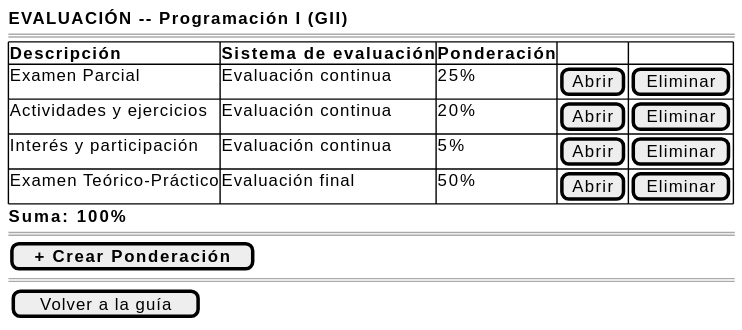
mmasias/pyCeldaPublico keeps this PlantUML diagram as images/RUP/01-requisitos/03-detalle-casos-uso/abrirPonderacionesEvaluacion/wireframe.svg. Above is the earlier version.
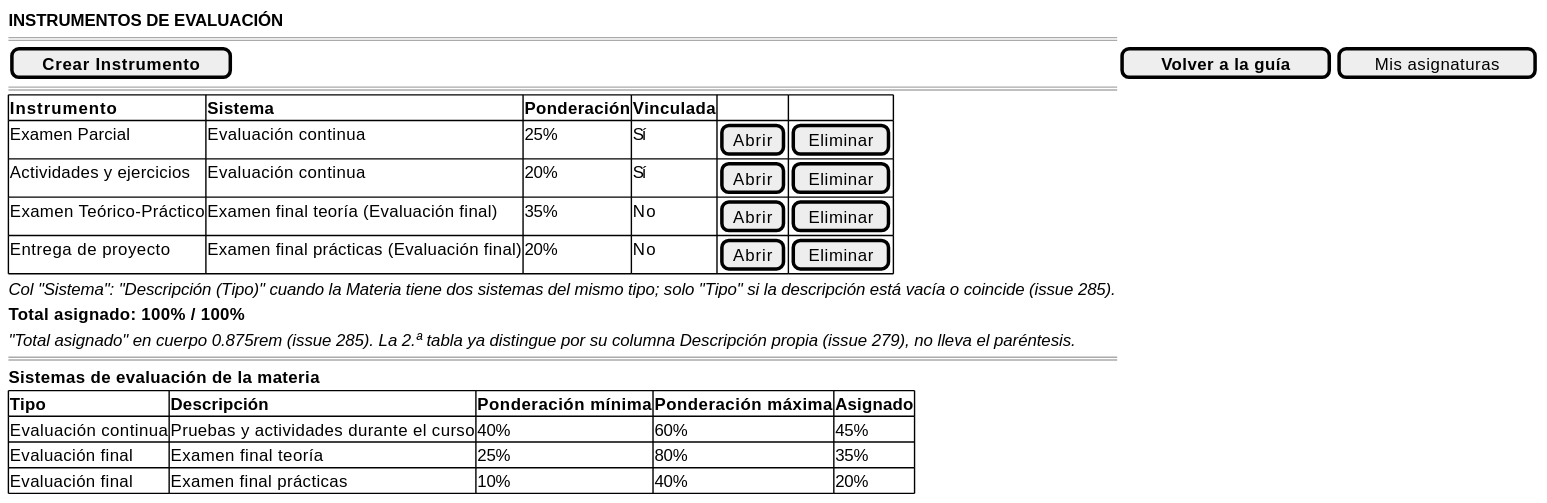
The same diagram one commit later.

Diff of the diagram source:
```diff
@@ -1,18 +1,26 @@
 @startsalt abrirPonderacionesEvaluacion-wireframe
 {
-    <b>EVALUACIÓN -- Programación I (GII)</b>
+    <b>INSTRUMENTOS DE EVALUACIÓN</b>
+    ====
+    [ <b>Crear Instrumento</b> ] | [ <b>Volver a la guía</b> ] | [ Mis asignaturas ]
     ====
     {#
-        <b>Descripción | <b>Sistema de evaluación | <b>Ponderación | . | .
-        Examen Parcial | Evaluación continua | 25% | [Abrir] | [Eliminar]
-        Actividades y ejercicios | Evaluación continua | 20% | [Abrir] | [Eliminar]
-        Interés y participación | Evaluación continua | 5% | [Abrir] | [Eliminar]
-        Examen Teórico-Práctico | Evaluación final | 50% | [Abrir] | [Eliminar]
+        <b>Instrumento | <b>Sistema | <b>Ponderación | <b>Vinculada | . | .
+        Examen Parcial | Evaluación continua | 25% | Sí | [Abrir] | [Eliminar]
+        Actividades y ejercicios | Evaluación continua | 20% | Sí | [Abrir] | [Eliminar]
+        Examen Teórico-Práctico | Examen final teoría (Evaluación final) | 35% | No | [Abrir] | [Eliminar]
+        Entrega de proyecto | Examen final prácticas (Evaluación final) | 20% | No | [Abrir] | [Eliminar]
     }
-    <b>Suma: 100%</b>
+    <i>Col "Sistema": "Descripción (Tipo)" cuando la Materia tiene dos sistemas del mismo tipo; solo "Tipo" si la descripción está vacía o coincide (issue 285).</i>
+    <b>Total asignado: 100% / 100%</b>
+    <i>"Total asignado" en cuerpo 0.875rem (issue 285). La 2.ª tabla ya distingue por su columna Descripción propia (issue 279), no lleva el paréntesis.</i>
     ====
-    [ <b>+ Crear Ponderación</b> ]
-    ====
-    {[Volver a la guía]}
+    <b>Sistemas de evaluación de la materia</b>
+    {#
+        <b>Tipo | <b>Descripción | <b>Ponderación mínima | <b>Ponderación máxima | <b>Asignado
+        Evaluación continua | Pruebas y actividades durante el curso | 40% | 60% | 45%
+        Evaluación final | Examen final teoría | 25% | 80% | 35%
+        Evaluación final | Examen final prácticas | 10% | 40% | 20%
+    }
 }
 @endsalt
```
